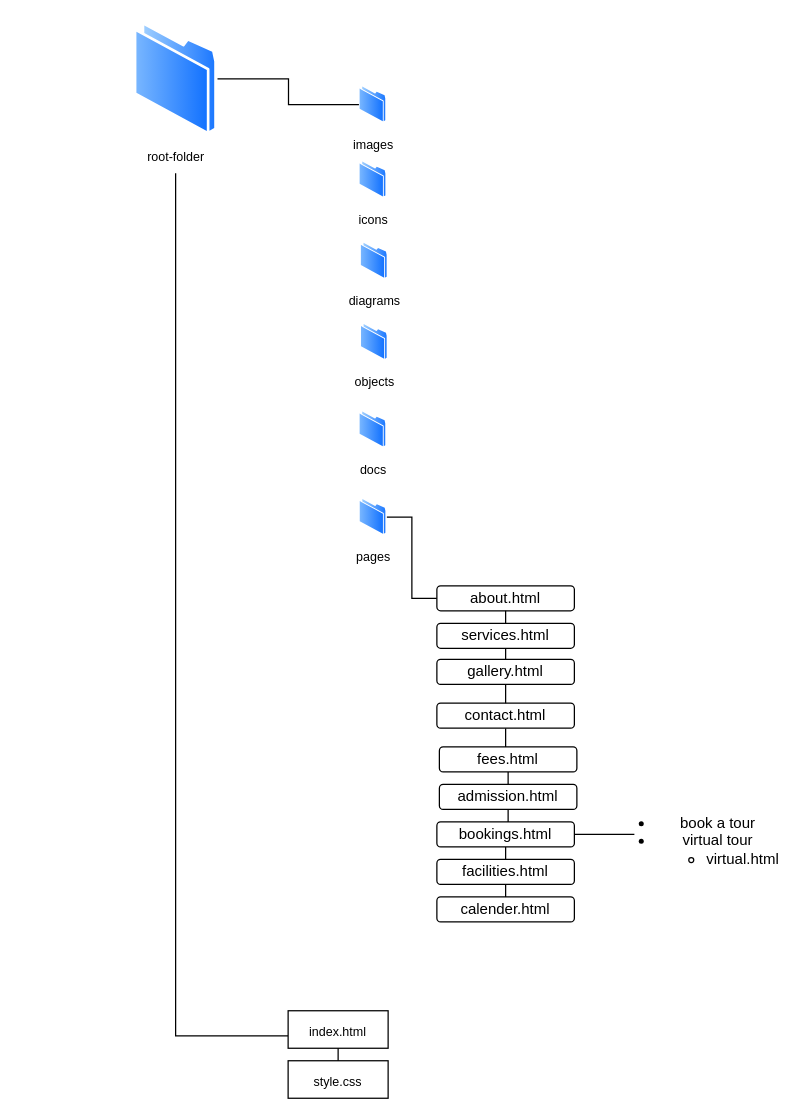
Above: docs/folder-structure.drawio in 13wealth/WEDE5020_WEBDev (draw.io), before the change. Source tidied: cells renumbered, new cells numbered last; positions are measured from the earlier drawing's top-left corner, leaving out a move shared by most shapes. Both pictures are drawn from the tidied source at 125%, with x=0, y=0 at pixel (134, 21).
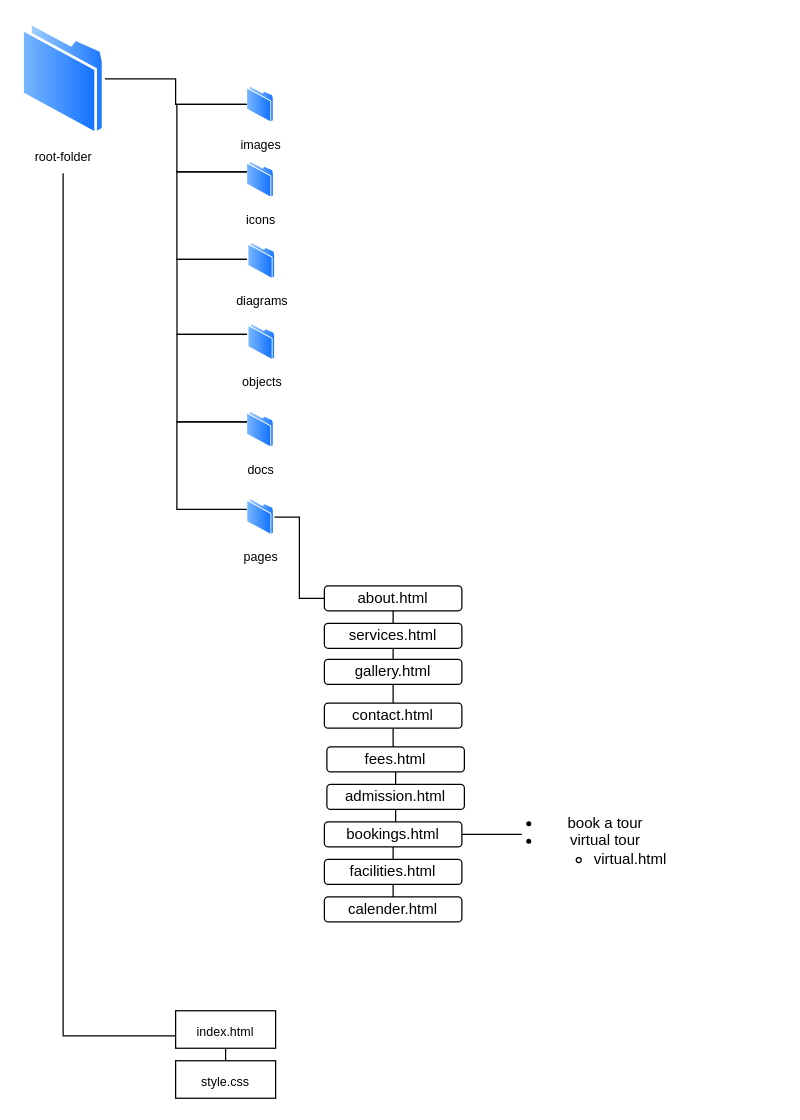
The same diagram, later.

What changed in the source:
```diff
@@
-    <mxCell id="2" style="group;" parent="1" vertex="1">
-      <mxGeometry width="502" height="861.1" as="geometry" />
-    </mxCell>
+    <mxCell id="36" style="group;" parent="1" vertex="1">
+      <mxGeometry x="-90" width="502" height="861.1" as="geometry" />
+    </mxCell>
-    <mxCell id="3" style="edgeStyle=orthogonalEdgeStyle;rounded=0;jettySize=auto;html=1;endArrow=none;endFill=0;" parent="2" edge="1" source="4" target="5">
-      <mxGeometry relative="1" as="geometry" />
+    <mxCell id="3" style="edgeStyle=orthogonalEdgeStyle;rounded=0;jettySize=auto;html=1;endArrow=none;endFill=0;" parent="36" edge="1" source="4" target="5">
+      <mxGeometry relative="1" as="geometry">
+        <Array as="points">
+          <mxPoint x="123" y="46" />
+          <mxPoint x="123" y="66" />
+        </Array>
+      </mxGeometry>
     </mxCell>
-    <mxCell id="4" value="&lt;font style=&quot;font-size: 10px;&quot;&gt;root-folder&lt;/font&gt;" style="image;perimeter=ellipsePerimeter;html=1;align=center;shadow=0;dashed=0;spacingTop=3;image=img/lib/active_directory/folder.svg;" parent="2" vertex="1">
+    <mxCell id="4" value="&lt;font style=&quot;font-size: 10px;&quot;&gt;root-folder&lt;/font&gt;" style="image;perimeter=ellipsePerimeter;html=1;align=center;shadow=0;dashed=0;spacingTop=3;image=img/lib/active_directory/folder.svg;" parent="36" vertex="1">
       <mxGeometry width="66.5" height="91.1" as="geometry" />
     </mxCell>
-    <mxCell id="5" value="&lt;font size=&quot;1&quot;&gt;images&lt;/font&gt;" style="image;perimeter=ellipsePerimeter;html=1;align=center;shadow=0;dashed=0;spacingTop=3;image=img/lib/active_directory/folder.svg;" parent="2" vertex="1">
+    <mxCell id="5" value="&lt;font size=&quot;1&quot;&gt;images&lt;/font&gt;" style="image;perimeter=ellipsePerimeter;html=1;align=center;shadow=0;dashed=0;spacingTop=3;image=img/lib/active_directory/folder.svg;" parent="36" vertex="1">
       <mxGeometry x="180" y="51.1" width="21.9" height="30" as="geometry" />
     </mxCell>
-    <mxCell id="6" value="&lt;font size=&quot;1&quot;&gt;icons&lt;/font&gt;" style="image;perimeter=ellipsePerimeter;html=1;align=center;shadow=0;dashed=0;spacingTop=3;image=img/lib/active_directory/folder.svg;" parent="2" vertex="1">
+    <mxCell id="6" value="&lt;font size=&quot;1&quot;&gt;icons&lt;/font&gt;" style="image;perimeter=ellipsePerimeter;html=1;align=center;shadow=0;dashed=0;spacingTop=3;image=img/lib/active_directory/folder.svg;" parent="36" vertex="1">
       <mxGeometry x="180" y="111.1" width="22" height="30.1" as="geometry" />
     </mxCell>
-    <mxCell id="7" value="&lt;font size=&quot;1&quot;&gt;diagrams&lt;/font&gt;" style="image;perimeter=ellipsePerimeter;html=1;align=center;shadow=0;dashed=0;spacingTop=3;image=img/lib/active_directory/folder.svg;" parent="2" vertex="1">
+    <mxCell id="7" value="&lt;font size=&quot;1&quot;&gt;diagrams&lt;/font&gt;" style="image;perimeter=ellipsePerimeter;html=1;align=center;shadow=0;dashed=0;spacingTop=3;image=img/lib/active_directory/folder.svg;" parent="36" vertex="1">
       <mxGeometry x="181" y="176.1" width="22" height="30.1" as="geometry" />
     </mxCell>
-    <mxCell id="8" value="&lt;font size=&quot;1&quot;&gt;objects&lt;/font&gt;" style="image;perimeter=ellipsePerimeter;html=1;align=center;shadow=0;dashed=0;spacingTop=3;image=img/lib/active_directory/folder.svg;" parent="2" vertex="1">
+    <mxCell id="8" value="&lt;font size=&quot;1&quot;&gt;objects&lt;/font&gt;" style="image;perimeter=ellipsePerimeter;html=1;align=center;shadow=0;dashed=0;spacingTop=3;image=img/lib/active_directory/folder.svg;" parent="36" vertex="1">
       <mxGeometry x="181.1" y="241.1" width="21.9" height="30" as="geometry" />
     </mxCell>
-    <mxCell id="9" value="&lt;font size=&quot;1&quot;&gt;docs&lt;/font&gt;" style="image;perimeter=ellipsePerimeter;html=1;align=center;shadow=0;dashed=0;spacingTop=3;image=img/lib/active_directory/folder.svg;" parent="2" vertex="1">
+    <mxCell id="9" value="&lt;font size=&quot;1&quot;&gt;docs&lt;/font&gt;" style="image;perimeter=ellipsePerimeter;html=1;align=center;shadow=0;dashed=0;spacingTop=3;image=img/lib/active_directory/folder.svg;" parent="36" vertex="1">
       <mxGeometry x="180" y="311.1" width="21.9" height="30" as="geometry" />
     </mxCell>
-    <mxCell id="10" style="edgeStyle=elbowEdgeStyle;rounded=0;jettySize=auto;html=1;endArrow=none;endFill=0;" parent="2" edge="1" source="11">
-      <mxGeometry relative="1" as="geometry">
-        <mxPoint x="242" y="461.1" as="targetPoint" />
-      </mxGeometry>
-    </mxCell>
+    <mxCell id="37" style="edgeStyle=elbowEdgeStyle;rounded=0;jettySize=auto;html=1;endArrow=none;endFill=0;" parent="36" edge="1" source="11">
+      <mxGeometry relative="1" as="geometry">
+        <mxPoint x="242" y="461.1" as="targetPoint" />
+      </mxGeometry>
+    </mxCell>
-    <mxCell id="11" value="&lt;font size=&quot;1&quot;&gt;pages&lt;/font&gt;" style="image;perimeter=ellipsePerimeter;html=1;align=center;shadow=0;dashed=0;spacingTop=3;image=img/lib/active_directory/folder.svg;" parent="2" vertex="1">
+    <mxCell id="11" value="&lt;font size=&quot;1&quot;&gt;pages&lt;/font&gt;" style="image;perimeter=ellipsePerimeter;html=1;align=center;shadow=0;dashed=0;spacingTop=3;image=img/lib/active_directory/folder.svg;" parent="36" vertex="1">
       <mxGeometry x="180.1" y="381.1" width="21.9" height="30" as="geometry" />
     </mxCell>
-    <mxCell id="12" style="endArrow=none;html=1;rounded=0;edgeStyle=elbowEdgeStyle;exitX=0;exitY=0.667;exitDx=0;exitDy=0;exitPerimeter=0;" parent="2" edge="1" source="14">
-      <mxGeometry relative="1" as="geometry">
-        <mxPoint x="33" y="121.1" as="targetPoint" />
-        <Array as="points">
-          <mxPoint x="33" y="460.1" />
-        </Array>
-      </mxGeometry>
-    </mxCell>
+    <mxCell id="38" style="endArrow=none;html=1;rounded=0;edgeStyle=elbowEdgeStyle;exitX=0;exitY=0.667;exitDx=0;exitDy=0;exitPerimeter=0;" parent="36" edge="1" source="14">
+      <mxGeometry relative="1" as="geometry">
+        <mxPoint x="33" y="121.1" as="targetPoint" />
+        <Array as="points">
+          <mxPoint x="33" y="460.1" />
+        </Array>
+      </mxGeometry>
+    </mxCell>
-    <mxCell id="13" style="edgeStyle=orthogonalEdgeStyle;rounded=0;jettySize=auto;html=1;endArrow=none;endFill=0;" parent="2" edge="1" source="14" target="15">
+    <mxCell id="13" style="edgeStyle=orthogonalEdgeStyle;rounded=0;jettySize=auto;html=1;endArrow=none;endFill=0;" parent="36" edge="1" source="14" target="15">
       <mxGeometry relative="1" as="geometry" />
     </mxCell>
-    <mxCell id="14" value="&lt;font style=&quot;font-size: 10px;&quot;&gt;index.html&lt;/font&gt;" style="whiteSpace=wrap;html=1;verticalAlign=top;labelBackgroundColor=default;shadow=0;dashed=0;spacingTop=3;" parent="2" vertex="1">
+    <mxCell id="14" value="&lt;font style=&quot;font-size: 10px;&quot;&gt;index.html&lt;/font&gt;" style="whiteSpace=wrap;html=1;verticalAlign=top;labelBackgroundColor=default;shadow=0;dashed=0;spacingTop=3;" parent="36" vertex="1">
       <mxGeometry x="123" y="791.1" width="80" height="30" as="geometry" />
     </mxCell>
-    <mxCell id="15" value="&lt;font style=&quot;font-size: 10px;&quot;&gt;style.css&lt;/font&gt;" style="whiteSpace=wrap;html=1;verticalAlign=top;labelBackgroundColor=default;shadow=0;dashed=0;spacingTop=3;" parent="2" vertex="1">
+    <mxCell id="15" value="&lt;font style=&quot;font-size: 10px;&quot;&gt;style.css&lt;/font&gt;" style="whiteSpace=wrap;html=1;verticalAlign=top;labelBackgroundColor=default;shadow=0;dashed=0;spacingTop=3;" parent="36" vertex="1">
       <mxGeometry x="123" y="831.1" width="80" height="30" as="geometry" />
     </mxCell>
-    <mxCell id="16" style="edgeStyle=orthogonalEdgeStyle;rounded=0;jettySize=auto;html=1;entryX=0.5;entryY=0;entryDx=0;entryDy=0;endArrow=none;endFill=0;" parent="2" edge="1" source="17" target="20">
+    <mxCell id="16" style="edgeStyle=orthogonalEdgeStyle;rounded=0;jettySize=auto;html=1;entryX=0.5;entryY=0;entryDx=0;entryDy=0;endArrow=none;endFill=0;" parent="36" edge="1" source="17" target="20">
       <mxGeometry relative="1" as="geometry" />
     </mxCell>
-    <mxCell id="17" value="about.html" style="rounded=1;whiteSpace=wrap;html=1;" parent="2" vertex="1">
+    <mxCell id="17" value="about.html" style="rounded=1;whiteSpace=wrap;html=1;" parent="36" vertex="1">
       <mxGeometry x="242" y="451.1" width="110" height="20" as="geometry" />
     </mxCell>
-    <mxCell id="18" style="edgeStyle=orthogonalEdgeStyle;rounded=0;orthogonalLoop=1;jettySize=auto;html=1;exitX=0.5;exitY=1;exitDx=0;exitDy=0;" parent="2" edge="1" source="17" target="17">
+    <mxCell id="18" style="edgeStyle=orthogonalEdgeStyle;rounded=0;orthogonalLoop=1;jettySize=auto;html=1;exitX=0.5;exitY=1;exitDx=0;exitDy=0;" parent="36" edge="1" source="17" target="17">
       <mxGeometry relative="1" as="geometry" />
     </mxCell>
-    <mxCell id="19" style="edgeStyle=orthogonalEdgeStyle;rounded=0;jettySize=auto;html=1;endArrow=none;endFill=0;" parent="2" edge="1" source="20" target="22">
+    <mxCell id="19" style="edgeStyle=orthogonalEdgeStyle;rounded=0;jettySize=auto;html=1;endArrow=none;endFill=0;" parent="36" edge="1" source="20" target="22">
       <mxGeometry relative="1" as="geometry" />
     </mxCell>
-    <mxCell id="20" value="services.html" style="rounded=1;whiteSpace=wrap;html=1;" parent="2" vertex="1">
+    <mxCell id="20" value="services.html" style="rounded=1;whiteSpace=wrap;html=1;" parent="36" vertex="1">
       <mxGeometry x="242" y="481.1" width="110" height="20" as="geometry" />
     </mxCell>
-    <mxCell id="21" style="edgeStyle=orthogonalEdgeStyle;rounded=0;jettySize=auto;html=1;endArrow=none;endFill=0;" parent="2" edge="1" source="22" target="24">
+    <mxCell id="21" style="edgeStyle=orthogonalEdgeStyle;rounded=0;jettySize=auto;html=1;endArrow=none;endFill=0;" parent="36" edge="1" source="22" target="24">
       <mxGeometry relative="1" as="geometry" />
     </mxCell>
-    <mxCell id="22" value="gallery.html" style="rounded=1;whiteSpace=wrap;html=1;" parent="2" vertex="1">
+    <mxCell id="22" value="gallery.html" style="rounded=1;whiteSpace=wrap;html=1;" parent="36" vertex="1">
       <mxGeometry x="242" y="510" width="110" height="20" as="geometry" />
     </mxCell>
-    <mxCell id="23" style="edgeStyle=orthogonalEdgeStyle;rounded=0;jettySize=auto;html=1;endArrow=none;endFill=0;" parent="2" edge="1" source="24" target="26">
+    <mxCell id="23" style="edgeStyle=orthogonalEdgeStyle;rounded=0;jettySize=auto;html=1;endArrow=none;endFill=0;" parent="36" edge="1" source="24" target="26">
       <mxGeometry relative="1" as="geometry" />
     </mxCell>
-    <mxCell id="24" value="contact.html" style="rounded=1;whiteSpace=wrap;html=1;" parent="2" vertex="1">
+    <mxCell id="24" value="contact.html" style="rounded=1;whiteSpace=wrap;html=1;" parent="36" vertex="1">
       <mxGeometry x="242" y="545" width="110" height="20" as="geometry" />
     </mxCell>
-    <mxCell id="25" style="edgeStyle=orthogonalEdgeStyle;rounded=0;jettySize=auto;html=1;endArrow=none;endFill=0;" parent="2" edge="1" source="26" target="28">
+    <mxCell id="25" style="edgeStyle=orthogonalEdgeStyle;rounded=0;jettySize=auto;html=1;endArrow=none;endFill=0;" parent="36" edge="1" source="26" target="28">
       <mxGeometry relative="1" as="geometry" />
     </mxCell>
-    <mxCell id="26" value="fees.html" style="rounded=1;whiteSpace=wrap;html=1;" parent="2" vertex="1">
+    <mxCell id="26" value="fees.html" style="rounded=1;whiteSpace=wrap;html=1;" parent="36" vertex="1">
       <mxGeometry x="244" y="580" width="110" height="20" as="geometry" />
     </mxCell>
-    <mxCell id="27" style="edgeStyle=orthogonalEdgeStyle;rounded=0;jettySize=auto;html=1;endArrow=none;endFill=0;" parent="2" edge="1" source="28" target="31">
+    <mxCell id="27" style="edgeStyle=orthogonalEdgeStyle;rounded=0;jettySize=auto;html=1;endArrow=none;endFill=0;" parent="36" edge="1" source="28" target="31">
       <mxGeometry relative="1" as="geometry" />
     </mxCell>
-    <mxCell id="28" value="admission.html" style="rounded=1;whiteSpace=wrap;html=1;" parent="2" vertex="1">
+    <mxCell id="28" value="admission.html" style="rounded=1;whiteSpace=wrap;html=1;" parent="36" vertex="1">
       <mxGeometry x="244" y="610" width="110" height="20" as="geometry" />
     </mxCell>
-    <mxCell id="29" style="edgeStyle=orthogonalEdgeStyle;rounded=0;jettySize=auto;html=1;endArrow=none;endFill=0;" parent="2" edge="1" source="31">
-      <mxGeometry relative="1" as="geometry">
-        <mxPoint x="400" y="650" as="targetPoint" />
-      </mxGeometry>
-    </mxCell>
+    <mxCell id="39" style="edgeStyle=orthogonalEdgeStyle;rounded=0;jettySize=auto;html=1;endArrow=none;endFill=0;" parent="36" edge="1" source="31">
+      <mxGeometry relative="1" as="geometry">
+        <mxPoint x="400" y="650" as="targetPoint" />
+      </mxGeometry>
+    </mxCell>
-    <mxCell id="30" style="edgeStyle=orthogonalEdgeStyle;rounded=0;jettySize=auto;html=1;endArrow=none;endFill=0;" parent="2" edge="1" source="31" target="33">
+    <mxCell id="30" style="edgeStyle=orthogonalEdgeStyle;rounded=0;jettySize=auto;html=1;endArrow=none;endFill=0;" parent="36" edge="1" source="31" target="33">
       <mxGeometry relative="1" as="geometry" />
     </mxCell>
-    <mxCell id="31" value="bookings.html" style="rounded=1;whiteSpace=wrap;html=1;" parent="2" vertex="1">
+    <mxCell id="31" value="bookings.html" style="rounded=1;whiteSpace=wrap;html=1;" parent="36" vertex="1">
       <mxGeometry x="242" y="640" width="110" height="20" as="geometry" />
     </mxCell>
-    <mxCell id="32" style="edgeStyle=orthogonalEdgeStyle;rounded=0;jettySize=auto;html=1;endArrow=none;endFill=0;" parent="2" edge="1" source="33" target="35">
+    <mxCell id="32" style="edgeStyle=orthogonalEdgeStyle;rounded=0;jettySize=auto;html=1;endArrow=none;endFill=0;" parent="36" edge="1" source="33" target="35">
       <mxGeometry relative="1" as="geometry" />
     </mxCell>
-    <mxCell id="33" value="facilities.html" style="rounded=1;whiteSpace=wrap;html=1;" parent="2" vertex="1">
+    <mxCell id="33" value="facilities.html" style="rounded=1;whiteSpace=wrap;html=1;" parent="36" vertex="1">
       <mxGeometry x="242" y="670" width="110" height="20" as="geometry" />
     </mxCell>
-    <mxCell id="34" value="&lt;ul&gt;&lt;li&gt;book a tour&lt;/li&gt;&lt;li&gt;virtual tour&lt;/li&gt;&lt;ul&gt;&lt;li&gt;virtual.html&lt;/li&gt;&lt;/ul&gt;&lt;/ul&gt;" style="text;html=1;align=center;verticalAlign=middle;whiteSpace=wrap;rounded=0;" parent="2" vertex="1">
+    <mxCell id="34" value="&lt;ul&gt;&lt;li&gt;book a tour&lt;/li&gt;&lt;li&gt;virtual tour&lt;/li&gt;&lt;ul&gt;&lt;li&gt;virtual.html&lt;/li&gt;&lt;/ul&gt;&lt;/ul&gt;" style="text;html=1;align=center;verticalAlign=middle;whiteSpace=wrap;rounded=0;" parent="36" vertex="1">
       <mxGeometry x="392" y="640" width="110" height="30" as="geometry" />
     </mxCell>
-    <mxCell id="35" value="calender.html" style="rounded=1;whiteSpace=wrap;html=1;" parent="2" vertex="1">
+    <mxCell id="35" value="calender.html" style="rounded=1;whiteSpace=wrap;html=1;" parent="36" vertex="1">
       <mxGeometry x="242" y="700" width="110" height="20" as="geometry" />
     </mxCell>
+    <mxCell id="40" style="strokeWidth=1;html=1;shape=mxgraph.flowchart.annotation_1;align=left;" parent="36" vertex="1">
+      <mxGeometry x="124" y="66" width="56" height="54" as="geometry" />
+    </mxCell>
+    <mxCell id="41" style="strokeWidth=1;html=1;shape=mxgraph.flowchart.annotation_1;align=left;" parent="36" vertex="1">
+      <mxGeometry x="124" y="120" width="56" height="70" as="geometry" />
+    </mxCell>
+    <mxCell id="42" style="strokeWidth=1;html=1;shape=mxgraph.flowchart.annotation_1;align=left;" parent="36" vertex="1">
+      <mxGeometry x="124.1" y="190" width="56" height="60" as="geometry" />
+    </mxCell>
+    <mxCell id="43" style="strokeWidth=1;html=1;shape=mxgraph.flowchart.annotation_1;align=left;" parent="36" vertex="1">
+      <mxGeometry x="124.1" y="250" width="56" height="70" as="geometry" />
+    </mxCell>
+    <mxCell id="44" style="strokeWidth=1;html=1;shape=mxgraph.flowchart.annotation_1;align=left;" parent="36" vertex="1">
+      <mxGeometry x="124" y="320" width="56" height="70" as="geometry" />
+    </mxCell>
```
